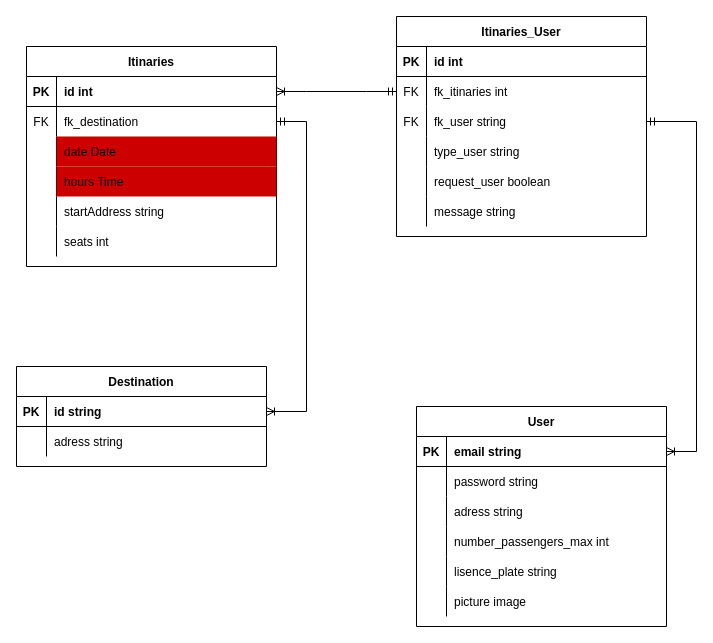
This is page "Page-1" (1 of 7) of Diagramme relationnel.drawio from jmimassi/Carpooling, a draw.io file, before an edit. Source tidied: cells renumbered, new cells numbered last; positions are measured from the earlier drawing's top-left corner, leaving out a move shared by most shapes. Both pictures are drawn from the tidied source at 100%, with x=0, y=0 at pixel (16, 16).
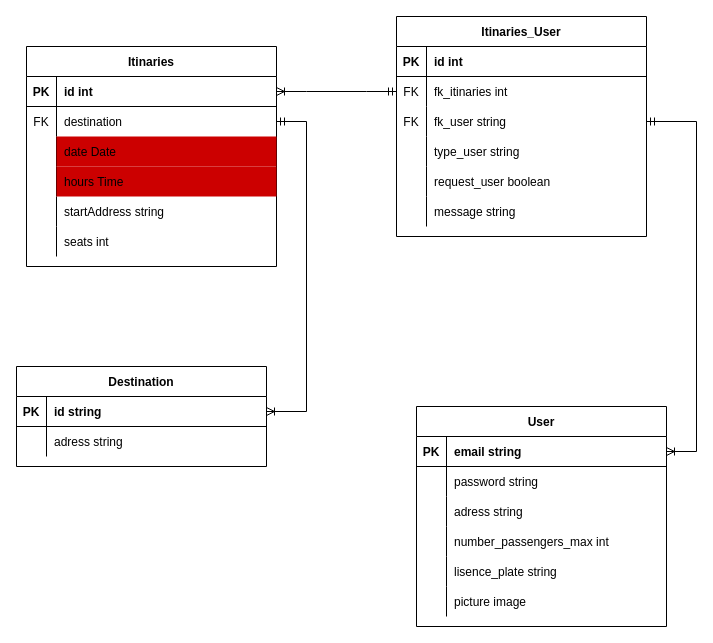
The same page after the edit.

The change refers to these unchanged cells:
```xml
<mxCell id="6" style="shape=tableRow;horizontal=0;startSize=0;swimlaneHead=0;swimlaneBody=0;fillColor=none;points=[[0,0.5],[1,0.5]];portConstraint=eastwest;top=0;left=0;right=0;bottom=0;" parent="2" vertex="1">
  <mxGeometry y="60" width="250" height="30" as="geometry" />
</mxCell>
```

Diff of the diagram source:
```diff
@@
-    <mxCell id="8" value="fk_destination" style="shape=partialRectangle;fillColor=none;top=0;left=0;bottom=0;right=0;align=left;spacingLeft=6;fontStyle=0;overflow=hidden;" parent="6" vertex="1">
+    <mxCell id="8" value="destination" style="shape=partialRectangle;fillColor=none;top=0;left=0;bottom=0;right=0;align=left;spacingLeft=6;fontStyle=0;overflow=hidden;" parent="6" vertex="1">
       <mxGeometry x="30" width="220" height="30" as="geometry" />
     </mxCell>
```
